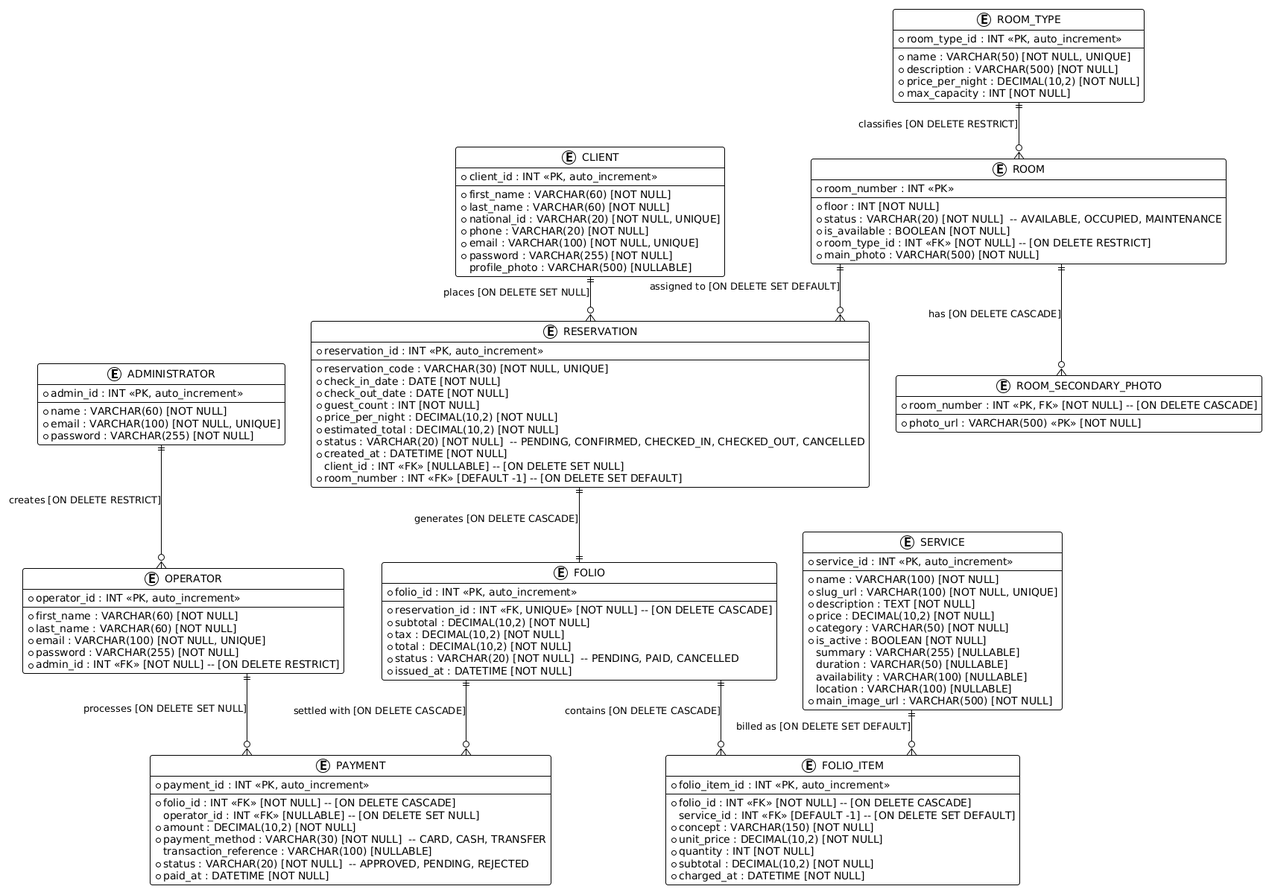
Earlier version of the PlantUML export readme-assets/entity-relationship.png (CarefreeHarp/Hotel-Management-System-Angular).
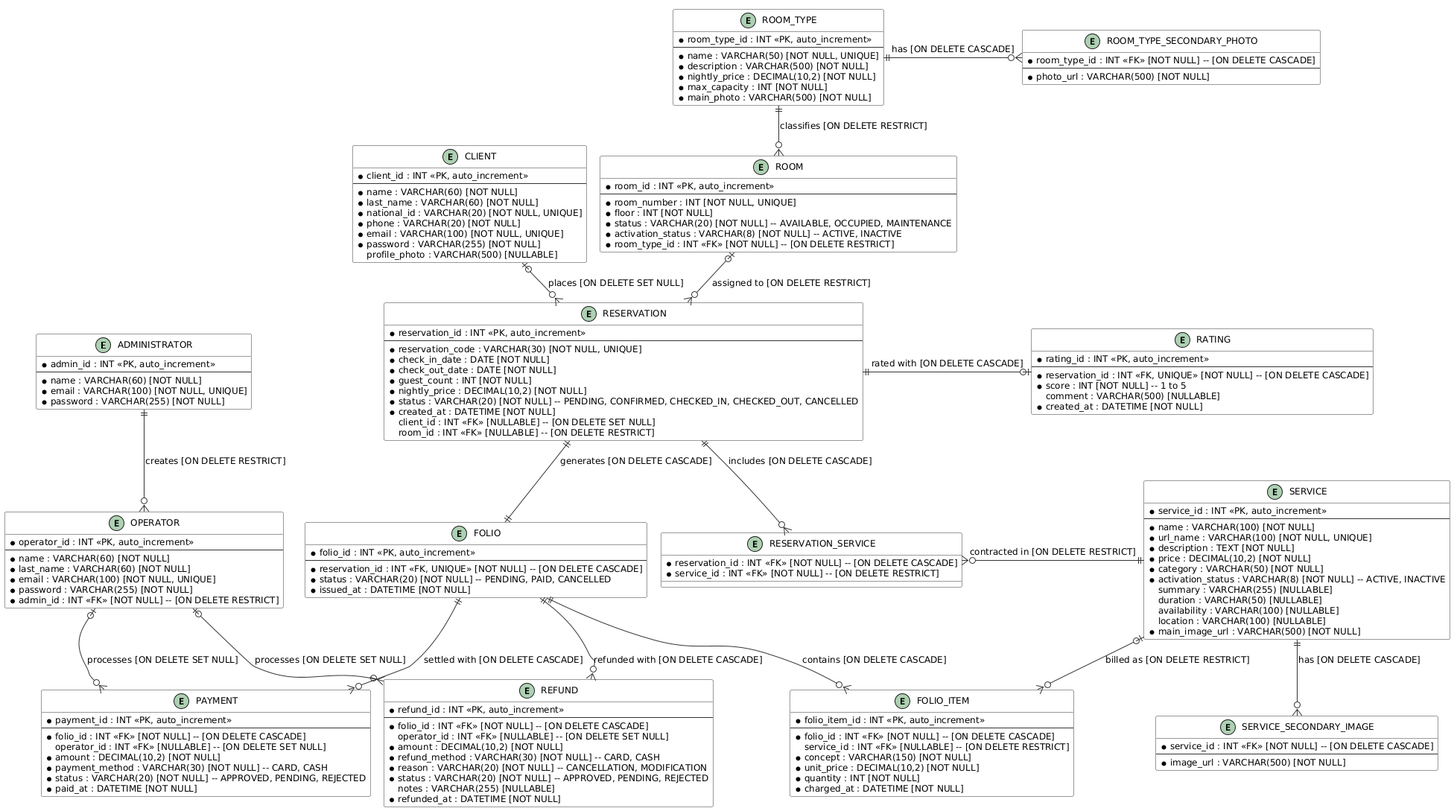
After the change.

Diff of the diagram source:
```diff
@@ -1,140 +1,181 @@
-@startuml
-!theme plain
-skinparam linetype ortho
-skinparam roundcorner 6
+@startuml entity-relationship
+!pragma layout smetana
 skinparam shadowing false
+skinparam defaultFontName "DejaVu Sans"
+skinparam defaultFontSize 12
+skinparam ArrowColor #333333
+skinparam ClassBorderColor #333333
+skinparam ClassBackgroundColor #FFFFFF
+skinparam nodesep 40
+skinparam ranksep 60
 
-entity "ADMINISTRATOR" as Administrator {
-    * admin_id : INT <<PK, auto_increment>>
-    --
-    * name : VARCHAR(60) [NOT NULL]
-    * email : VARCHAR(100) [NOT NULL, UNIQUE]
-    * password : VARCHAR(255) [NOT NULL]
+entity "ADMINISTRATOR" as administrator {
+  * admin_id : INT <<PK, auto_increment>>
+  --
+  * name : VARCHAR(60) [NOT NULL]
+  * email : VARCHAR(100) [NOT NULL, UNIQUE]
+  * password : VARCHAR(255) [NOT NULL]
 }
 
-entity "OPERATOR" as Operator {
-    * operator_id : INT <<PK, auto_increment>>
-    --
-    * first_name : VARCHAR(60) [NOT NULL]
-    * last_name : VARCHAR(60) [NOT NULL]
-    * email : VARCHAR(100) [NOT NULL, UNIQUE]
-    * password : VARCHAR(255) [NOT NULL]
-    * admin_id : INT <<FK>> [NOT NULL] -- [ON DELETE RESTRICT]
+entity "OPERATOR" as operator {
+  * operator_id : INT <<PK, auto_increment>>
+  --
+  * name : VARCHAR(60) [NOT NULL]
+  * last_name : VARCHAR(60) [NOT NULL]
+  * email : VARCHAR(100) [NOT NULL, UNIQUE]
+  * password : VARCHAR(255) [NOT NULL]
+  * admin_id : INT <<FK>> [NOT NULL] -- [ON DELETE RESTRICT]
 }
 
-entity "CLIENT" as Client {
-    * client_id : INT <<PK, auto_increment>>
-    --
-    * first_name : VARCHAR(60) [NOT NULL]
-    * last_name : VARCHAR(60) [NOT NULL]
-    * national_id : VARCHAR(20) [NOT NULL, UNIQUE]
-    * phone : VARCHAR(20) [NOT NULL]
-    * email : VARCHAR(100) [NOT NULL, UNIQUE]
-    * password : VARCHAR(255) [NOT NULL]
-    profile_photo : VARCHAR(500) [NULLABLE]
+entity "CLIENT" as client {
+  * client_id : INT <<PK, auto_increment>>
+  --
+  * name : VARCHAR(60) [NOT NULL]
+  * last_name : VARCHAR(60) [NOT NULL]
+  * national_id : VARCHAR(20) [NOT NULL, UNIQUE]
+  * phone : VARCHAR(20) [NOT NULL]
+  * email : VARCHAR(100) [NOT NULL, UNIQUE]
+  * password : VARCHAR(255) [NOT NULL]
+  profile_photo : VARCHAR(500) [NULLABLE]
 }
 
-entity "ROOM_TYPE" as RoomType {
-    * room_type_id : INT <<PK, auto_increment>>
-    --
-    * name : VARCHAR(50) [NOT NULL, UNIQUE]
-    * description : VARCHAR(500) [NOT NULL]
-    * price_per_night : DECIMAL(10,2) [NOT NULL]
-    * max_capacity : INT [NOT NULL]
+entity "ROOM_TYPE" as room_type {
+  * room_type_id : INT <<PK, auto_increment>>
+  --
+  * name : VARCHAR(50) [NOT NULL, UNIQUE]
+  * description : VARCHAR(500) [NOT NULL]
+  * nightly_price : DECIMAL(10,2) [NOT NULL]
+  * max_capacity : INT [NOT NULL]
+  * main_photo : VARCHAR(500) [NOT NULL]
 }
 
-entity "ROOM" as Room {
-    * room_number : INT <<PK>>
-    --
-    * floor : INT [NOT NULL]
-    * status : VARCHAR(20) [NOT NULL]  -- AVAILABLE, OCCUPIED, MAINTENANCE
-    * is_available : BOOLEAN [NOT NULL]
-    * room_type_id : INT <<FK>> [NOT NULL] -- [ON DELETE RESTRICT]
-    * main_photo : VARCHAR(500) [NOT NULL]
+entity "ROOM_TYPE_SECONDARY_PHOTO" as room_type_photo {
+  * room_type_id : INT <<FK>> [NOT NULL] -- [ON DELETE CASCADE]
+  --
+  * photo_url : VARCHAR(500) [NOT NULL]
 }
 
-entity "ROOM_SECONDARY_PHOTO" as RoomSecondaryPhoto {
-    * room_number : INT <<PK, FK>> [NOT NULL] -- [ON DELETE CASCADE]
-    * photo_url : VARCHAR(500) <<PK>> [NOT NULL]
+entity "ROOM" as room {
+  * room_id : INT <<PK, auto_increment>>
+  --
+  * room_number : INT [NOT NULL, UNIQUE]
+  * floor : INT [NOT NULL]
+  * status : VARCHAR(20) [NOT NULL] -- AVAILABLE, OCCUPIED, MAINTENANCE
+  * activation_status : VARCHAR(8) [NOT NULL] -- ACTIVE, INACTIVE
+  * room_type_id : INT <<FK>> [NOT NULL] -- [ON DELETE RESTRICT]
 }
 
-entity "SERVICE" as Service {
-    * service_id : INT <<PK, auto_increment>>
-    --
-    * name : VARCHAR(100) [NOT NULL]
-    * slug_url : VARCHAR(100) [NOT NULL, UNIQUE]
-    * description : TEXT [NOT NULL]
-    * price : DECIMAL(10,2) [NOT NULL]
-    * category : VARCHAR(50) [NOT NULL]
-    * is_active : BOOLEAN [NOT NULL]
-    summary : VARCHAR(255) [NULLABLE]
-    duration : VARCHAR(50) [NULLABLE]
-    availability : VARCHAR(100) [NULLABLE]
-    location : VARCHAR(100) [NULLABLE]
-    * main_image_url : VARCHAR(500) [NOT NULL]
+entity "SERVICE" as service {
+  * service_id : INT <<PK, auto_increment>>
+  --
+  * name : VARCHAR(100) [NOT NULL]
+  * url_name : VARCHAR(100) [NOT NULL, UNIQUE]
+  * description : TEXT [NOT NULL]
+  * price : DECIMAL(10,2) [NOT NULL]
+  * category : VARCHAR(50) [NOT NULL]
+  * activation_status : VARCHAR(8) [NOT NULL] -- ACTIVE, INACTIVE
+  summary : VARCHAR(255) [NULLABLE]
+  duration : VARCHAR(50) [NULLABLE]
+  availability : VARCHAR(100) [NULLABLE]
+  location : VARCHAR(100) [NULLABLE]
+  * main_image_url : VARCHAR(500) [NOT NULL]
 }
 
-entity "RESERVATION" as Reservation {
-    * reservation_id : INT <<PK, auto_increment>>
-    --
-    * reservation_code : VARCHAR(30) [NOT NULL, UNIQUE]
-    * check_in_date : DATE [NOT NULL]
-    * check_out_date : DATE [NOT NULL]
-    * guest_count : INT [NOT NULL]
-    * price_per_night : DECIMAL(10,2) [NOT NULL]
-    * estimated_total : DECIMAL(10,2) [NOT NULL]
-    * status : VARCHAR(20) [NOT NULL]  -- PENDING, CONFIRMED, CHECKED_IN, CHECKED_OUT, CANCELLED
-    * created_at : DATETIME [NOT NULL]
-    client_id : INT <<FK>> [NULLABLE] -- [ON DELETE SET NULL]
-    * room_number : INT <<FK>> [DEFAULT -1] -- [ON DELETE SET DEFAULT]
+entity "SERVICE_SECONDARY_IMAGE" as service_image {
+  * service_id : INT <<FK>> [NOT NULL] -- [ON DELETE CASCADE]
+  --
+  * image_url : VARCHAR(500) [NOT NULL]
 }
 
-entity "FOLIO" as Folio {
-    * folio_id : INT <<PK, auto_increment>>
-    --
-    * reservation_id : INT <<FK, UNIQUE>> [NOT NULL] -- [ON DELETE CASCADE]
-    * subtotal : DECIMAL(10,2) [NOT NULL]
-    * tax : DECIMAL(10,2) [NOT NULL]
-    * total : DECIMAL(10,2) [NOT NULL]
-    * status : VARCHAR(20) [NOT NULL]  -- PENDING, PAID, CANCELLED
-    * issued_at : DATETIME [NOT NULL]
+entity "RESERVATION" as reservation {
+  * reservation_id : INT <<PK, auto_increment>>
+  --
+  * reservation_code : VARCHAR(30) [NOT NULL, UNIQUE]
+  * check_in_date : DATE [NOT NULL]
+  * check_out_date : DATE [NOT NULL]
+  * guest_count : INT [NOT NULL]
+  * nightly_price : DECIMAL(10,2) [NOT NULL]
+  * status : VARCHAR(20) [NOT NULL] -- PENDING, CONFIRMED, CHECKED_IN, CHECKED_OUT, CANCELLED
+  * created_at : DATETIME [NOT NULL]
+  client_id : INT <<FK>> [NULLABLE] -- [ON DELETE SET NULL]
+  room_id : INT <<FK>> [NULLABLE] -- [ON DELETE RESTRICT]
 }
 
-entity "FOLIO_ITEM" as FolioItem {
-    * folio_item_id : INT <<PK, auto_increment>>
-    --
-    * folio_id : INT <<FK>> [NOT NULL] -- [ON DELETE CASCADE]
-    service_id : INT <<FK>> [DEFAULT -1] -- [ON DELETE SET DEFAULT]
-    * concept : VARCHAR(150) [NOT NULL]
-    * unit_price : DECIMAL(10,2) [NOT NULL]
-    * quantity : INT [NOT NULL]
-    * subtotal : DECIMAL(10,2) [NOT NULL]
-    * charged_at : DATETIME [NOT NULL]
+entity "RESERVATION_SERVICE" as reservation_service {
+  * reservation_id : INT <<FK>> [NOT NULL] -- [ON DELETE CASCADE]
+  * service_id : INT <<FK>> [NOT NULL] -- [ON DELETE RESTRICT]
 }
 
-entity "PAYMENT" as Payment {
-    * payment_id : INT <<PK, auto_increment>>
-    --
-    * folio_id : INT <<FK>> [NOT NULL] -- [ON DELETE CASCADE]
-    operator_id : INT <<FK>> [NULLABLE] -- [ON DELETE SET NULL]
-    * amount : DECIMAL(10,2) [NOT NULL]
-    * payment_method : VARCHAR(30) [NOT NULL]  -- CARD, CASH, TRANSFER
-    transaction_reference : VARCHAR(100) [NULLABLE]
-    * status : VARCHAR(20) [NOT NULL]  -- APPROVED, PENDING, REJECTED
-    * paid_at : DATETIME [NOT NULL]
+entity "RATING" as rating {
+  * rating_id : INT <<PK, auto_increment>>
+  --
+  * reservation_id : INT <<FK, UNIQUE>> [NOT NULL] -- [ON DELETE CASCADE]
+  * score : INT [NOT NULL] -- 1 to 5
+  comment : VARCHAR(500) [NULLABLE]
+  * created_at : DATETIME [NOT NULL]
 }
 
-Administrator ||--o{ Operator : "creates [ON DELETE RESTRICT]"
-RoomType ||--o{ Room : "classifies [ON DELETE RESTRICT]"
-Room ||--o{ RoomSecondaryPhoto : "has [ON DELETE CASCADE]"
+entity "FOLIO" as folio {
+  * folio_id : INT <<PK, auto_increment>>
+  --
+  * reservation_id : INT <<FK, UNIQUE>> [NOT NULL] -- [ON DELETE CASCADE]
+  * status : VARCHAR(20) [NOT NULL] -- PENDING, PAID, CANCELLED
+  * issued_at : DATETIME [NOT NULL]
+}
 
-Client ||--o{ Reservation : "places [ON DELETE SET NULL]"
-Room ||--o{ Reservation : "assigned to [ON DELETE SET DEFAULT]"
+entity "FOLIO_ITEM" as folio_item {
+  * folio_item_id : INT <<PK, auto_increment>>
+  --
+  * folio_id : INT <<FK>> [NOT NULL] -- [ON DELETE CASCADE]
+  service_id : INT <<FK>> [NULLABLE] -- [ON DELETE RESTRICT]
+  * concept : VARCHAR(150) [NOT NULL]
+  * unit_price : DECIMAL(10,2) [NOT NULL]
+  * quantity : INT [NOT NULL]
+  * charged_at : DATETIME [NOT NULL]
+}
 
-Reservation ||--|| Folio : "generates [ON DELETE CASCADE]"
-Folio ||--o{ FolioItem : "contains [ON DELETE CASCADE]"
-Service ||--o{ FolioItem : "billed as [ON DELETE SET DEFAULT]"
+entity "PAYMENT" as payment {
+  * payment_id : INT <<PK, auto_increment>>
+  --
+  * folio_id : INT <<FK>> [NOT NULL] -- [ON DELETE CASCADE]
+  operator_id : INT <<FK>> [NULLABLE] -- [ON DELETE SET NULL]
+  * amount : DECIMAL(10,2) [NOT NULL]
+  * payment_method : VARCHAR(30) [NOT NULL] -- CARD, CASH
+  * status : VARCHAR(20) [NOT NULL] -- APPROVED, PENDING, REJECTED
+  * paid_at : DATETIME [NOT NULL]
+}
 
-Folio ||--o{ Payment : "settled with [ON DELETE CASCADE]"
-Operator ||--o{ Payment : "processes [ON DELETE SET NULL]"
+entity "REFUND" as refund {
+  * refund_id : INT <<PK, auto_increment>>
+  --
+  * folio_id : INT <<FK>> [NOT NULL] -- [ON DELETE CASCADE]
+  operator_id : INT <<FK>> [NULLABLE] -- [ON DELETE SET NULL]
+  * amount : DECIMAL(10,2) [NOT NULL]
+  * refund_method : VARCHAR(30) [NOT NULL] -- CARD, CASH
+  * reason : VARCHAR(20) [NOT NULL] -- CANCELLATION, MODIFICATION
+  * status : VARCHAR(20) [NOT NULL] -- APPROVED, PENDING, REJECTED
+  notes : VARCHAR(255) [NULLABLE]
+  * refunded_at : DATETIME [NOT NULL]
+}
+
+room_type ||-right-o{ room_type_photo : "has [ON DELETE CASCADE]"
+room_type ||--o{ room : "classifies [ON DELETE RESTRICT]"
+administrator ||--o{ operator : "creates [ON DELETE RESTRICT]"
+client |o--o{ reservation : "places [ON DELETE SET NULL]"
+room |o--o{ reservation : "assigned to [ON DELETE RESTRICT]"
+reservation ||-right-o| rating : "rated with [ON DELETE CASCADE]"
+reservation ||--o{ reservation_service : "includes [ON DELETE CASCADE]"
+service ||-left-o{ reservation_service : "contracted in [ON DELETE RESTRICT]"
+service ||--o{ service_image : "has [ON DELETE CASCADE]"
+reservation ||--|| folio : "generates [ON DELETE CASCADE]"
+folio ||--o{ folio_item : "contains [ON DELETE CASCADE]"
+service |o--o{ folio_item : "billed as [ON DELETE RESTRICT]"
+folio ||--o{ payment : "settled with [ON DELETE CASCADE]"
+operator |o--o{ payment : "processes [ON DELETE SET NULL]"
+folio ||--o{ refund : "refunded with [ON DELETE CASCADE]"
+operator |o--o{ refund : "processes [ON DELETE SET NULL]"
+
+folio -[hidden]right- reservation_service
+payment -[hidden]right- refund
+
 @enduml
```
